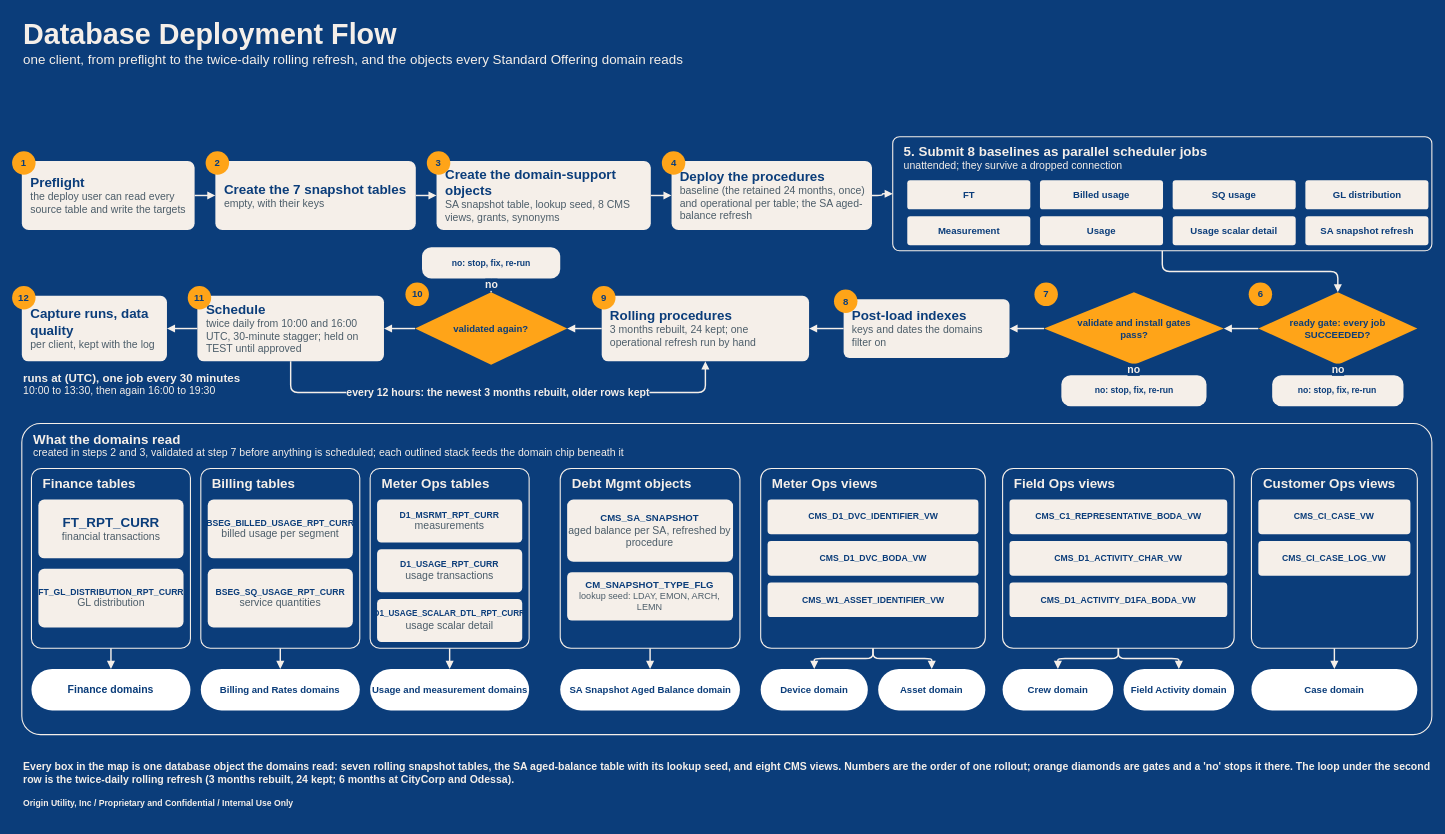
The draw.io diagram page "Database Deployment Flow" (2 of 2) of jaspersoft/docs/deployment_deck/visuals/deployment_flows.drawio in chasepowers59/OriginBA, before the edit. Source tidied: cells renumbered, new cells numbered last; positions are measured from the earlier drawing's top-left corner, leaving out a move shared by most shapes. Both pictures are drawn from the tidied source at 72%, with x=0, y=0 at pixel (12, 12).
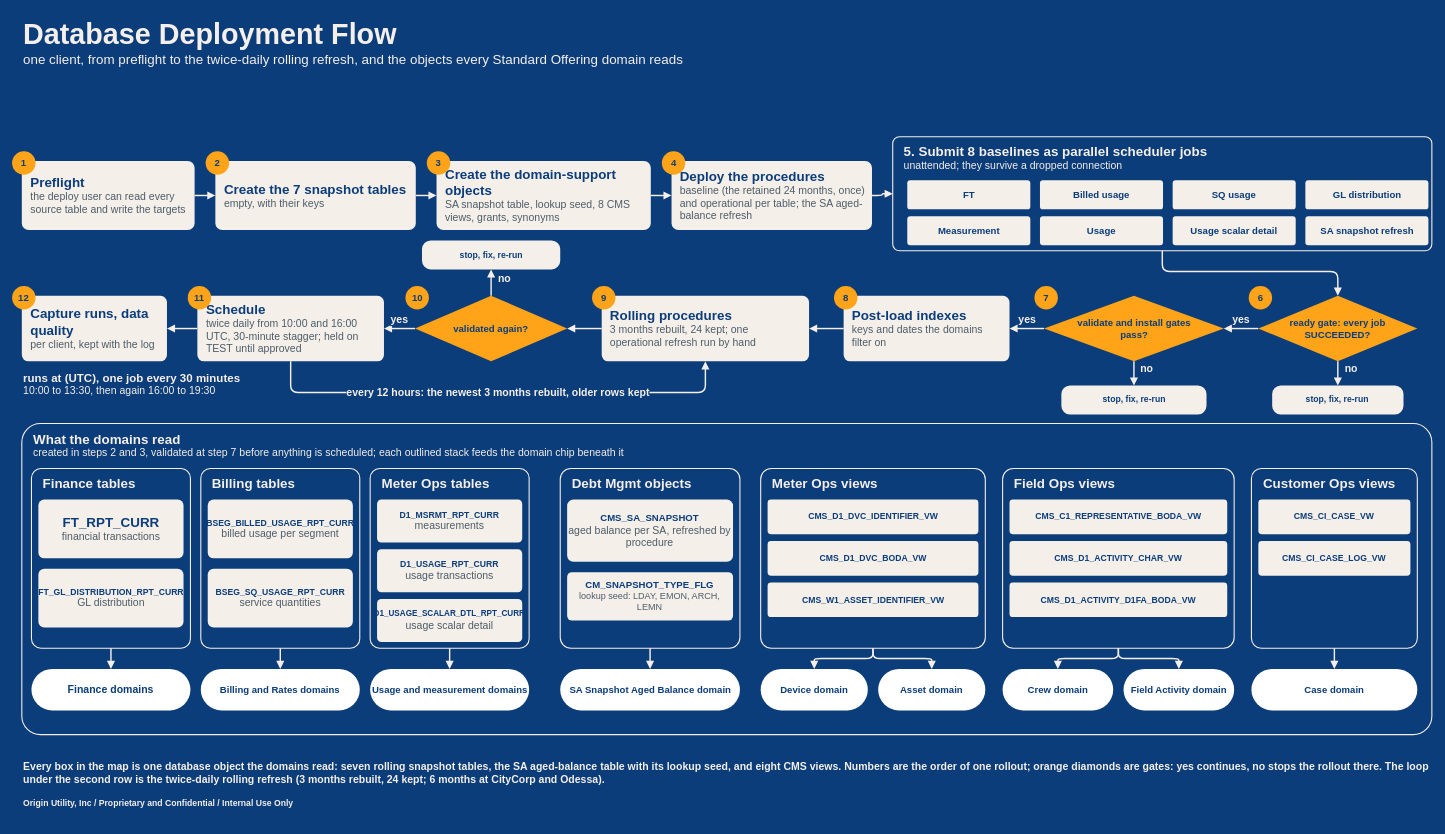
The same diagram, later.

Unchanged cells that the change refers to:
```xml
<mxCell id="40" value="&lt;b&gt;&lt;font style=&quot;font-size:18.6px&quot; color=&quot;#0B3D7A&quot;&gt;Schedule&lt;/font&gt;&lt;/b&gt;&lt;br&gt;&lt;font style=&quot;font-size:14.6px&quot; color=&quot;#4C5D69&quot;&gt;twice daily from 10:00 and 16:00 UTC, 30-minute stagger; held on TEST until approved&lt;/font&gt;" style="html=1;whiteSpace=wrap;fontFamily=Arial;rounded=1;arcSize=10;fillColor=#F5EFE9;strokeColor=none;align=left;verticalAlign=middle;spacingLeft=10;spacingRight=8;" parent="1" vertex="1">
  <mxGeometry x="257.6" y="393.2" width="259.2" height="91.2" as="geometry" />
</mxCell>
```

Diff of the diagram source:
```diff
@@
     <mxCell id="27" value="ready gate: every job SUCCEEDED?" style="html=1;whiteSpace=wrap;fontFamily=Arial;rhombus;fillColor=#FFA418;strokeColor=none;fontColor=#0B3D7A;fontStyle=1;fontSize=13.3;spacingLeft=35;spacingRight=35;" parent="1" vertex="1">
-      <mxGeometry x="1731.2" y="388.4" width="220.8" height="100.8" as="geometry" />
+      <mxGeometry x="1731.2" y="393.2" width="220.8" height="91.2" as="geometry" />
     </mxCell>
     <mxCell id="28" value="6" style="html=1;whiteSpace=wrap;fontFamily=Arial;ellipse;fillColor=#FFA418;strokeColor=none;fontColor=#0B3D7A;fontStyle=1;fontSize=13.3;spacing=0;" parent="1" vertex="1">
-      <mxGeometry x="1717.8" y="375" width="32.6" height="32.6" as="geometry" />
+      <mxGeometry x="1717.8" y="379.8" width="32.6" height="32.6" as="geometry" />
     </mxCell>
-    <mxCell id="29" value="no: stop, fix, re-run" style="html=1;whiteSpace=wrap;fontFamily=Arial;rounded=1;arcSize=30;fillColor=#F5EFE9;strokeColor=none;fontColor=#0B3D7A;fontStyle=1;fontSize=12;" parent="1" vertex="1">
-      <mxGeometry x="1750.4" y="503.6" width="182.4" height="43.2" as="geometry" />
+    <mxCell id="29" value="stop, fix, re-run" style="html=1;whiteSpace=wrap;fontFamily=Arial;rounded=1;arcSize=30;fillColor=#F5EFE9;strokeColor=none;fontColor=#0B3D7A;fontStyle=1;fontSize=12;" parent="1" vertex="1">
+      <mxGeometry x="1750.4" y="518" width="182.4" height="40.3" as="geometry" />
     </mxCell>
     <mxCell id="30" value="validate and install gates pass?" style="html=1;whiteSpace=wrap;fontFamily=Arial;rhombus;fillColor=#FFA418;strokeColor=none;fontColor=#0B3D7A;fontStyle=1;fontSize=13.3;spacingLeft=39;spacingRight=39;" parent="1" vertex="1">
-      <mxGeometry x="1433.6" y="388.4" width="249.6" height="100.8" as="geometry" />
+      <mxGeometry x="1433.6" y="393.2" width="249.6" height="91.2" as="geometry" />
     </mxCell>
     <mxCell id="31" value="7" style="html=1;whiteSpace=wrap;fontFamily=Arial;ellipse;fillColor=#FFA418;strokeColor=none;fontColor=#0B3D7A;fontStyle=1;fontSize=13.3;spacing=0;" parent="1" vertex="1">
-      <mxGeometry x="1420.2" y="375" width="32.6" height="32.6" as="geometry" />
+      <mxGeometry x="1420.2" y="379.8" width="32.6" height="32.6" as="geometry" />
     </mxCell>
-    <mxCell id="32" value="no: stop, fix, re-run" style="html=1;whiteSpace=wrap;fontFamily=Arial;rounded=1;arcSize=30;fillColor=#F5EFE9;strokeColor=none;fontColor=#0B3D7A;fontStyle=1;fontSize=12;" parent="1" vertex="1">
-      <mxGeometry x="1457.6" y="503.6" width="201.6" height="43.2" as="geometry" />
+    <mxCell id="32" value="stop, fix, re-run" style="html=1;whiteSpace=wrap;fontFamily=Arial;rounded=1;arcSize=30;fillColor=#F5EFE9;strokeColor=none;fontColor=#0B3D7A;fontStyle=1;fontSize=12;" parent="1" vertex="1">
+      <mxGeometry x="1457.6" y="518" width="201.6" height="40.3" as="geometry" />
     </mxCell>
     <mxCell id="33" value="&lt;b&gt;&lt;font style=&quot;font-size:18.6px&quot; color=&quot;#0B3D7A&quot;&gt;Post-load indexes&lt;/font&gt;&lt;/b&gt;&lt;br&gt;&lt;font style=&quot;font-size:14.6px&quot; color=&quot;#4C5D69&quot;&gt;keys and dates the domains filter on&lt;/font&gt;" style="html=1;whiteSpace=wrap;fontFamily=Arial;rounded=1;arcSize=10;fillColor=#F5EFE9;strokeColor=none;align=left;verticalAlign=middle;spacingLeft=10;spacingRight=8;" parent="1" vertex="1">
-      <mxGeometry x="1155.2" y="398" width="230.4" height="81.6" as="geometry" />
+      <mxGeometry x="1155.2" y="393.2" width="230.4" height="91.2" as="geometry" />
     </mxCell>
     <mxCell id="34" value="8" style="html=1;whiteSpace=wrap;fontFamily=Arial;ellipse;fillColor=#FFA418;strokeColor=none;fontColor=#0B3D7A;fontStyle=1;fontSize=13.3;spacing=0;" parent="1" vertex="1">
-      <mxGeometry x="1141.8" y="384.6" width="32.6" height="32.6" as="geometry" />
+      <mxGeometry x="1141.8" y="379.8" width="32.6" height="32.6" as="geometry" />
     </mxCell>
@@
     <mxCell id="37" value="validated again?" style="html=1;whiteSpace=wrap;fontFamily=Arial;rhombus;fillColor=#FFA418;strokeColor=none;fontColor=#0B3D7A;fontStyle=1;fontSize=13.3;spacingLeft=33;spacingRight=33;" parent="1" vertex="1">
-      <mxGeometry x="560" y="388.4" width="211.2" height="100.8" as="geometry" />
+      <mxGeometry x="560" y="393.2" width="211.2" height="91.2" as="geometry" />
     </mxCell>
     <mxCell id="38" value="10" style="html=1;whiteSpace=wrap;fontFamily=Arial;ellipse;fillColor=#FFA418;strokeColor=none;fontColor=#0B3D7A;fontStyle=1;fontSize=13.3;spacing=0;" parent="1" vertex="1">
-      <mxGeometry x="546.6" y="375" width="32.6" height="32.6" as="geometry" />
+      <mxGeometry x="546.6" y="379.8" width="32.6" height="32.6" as="geometry" />
     </mxCell>
-    <mxCell id="39" value="no: stop, fix, re-run" style="html=1;whiteSpace=wrap;fontFamily=Arial;rounded=1;arcSize=30;fillColor=#F5EFE9;strokeColor=none;fontColor=#0B3D7A;fontStyle=1;fontSize=12;" parent="1" vertex="1">
-      <mxGeometry x="569.6" y="326" width="192" height="43.2" as="geometry" />
+    <mxCell id="39" value="stop, fix, re-run" style="html=1;whiteSpace=wrap;fontFamily=Arial;rounded=1;arcSize=30;fillColor=#F5EFE9;strokeColor=none;fontColor=#0B3D7A;fontStyle=1;fontSize=12;" parent="1" vertex="1">
+      <mxGeometry x="569.6" y="316.4" width="192" height="40.3" as="geometry" />
     </mxCell>
@@
     <mxCell id="76" value="no" style="html=1;whiteSpace=nowrap;fontFamily=Arial;edgeStyle=orthogonalEdgeStyle;rounded=1;strokeColor=#F5EFE9;strokeWidth=2;endArrow=block;endFill=1;fontColor=#F5EFE9;fontSize=14.6;fontStyle=1;labelBackgroundColor=#0B3D7A;" parent="1" edge="1" source="27" target="29">
-      <mxGeometry relative="1" as="geometry" />
+      <mxGeometry relative="1" as="geometry">
+        <mxPoint x="18" y="-6" as="offset" />
+      </mxGeometry>
     </mxCell>
-    <mxCell id="77" style="html=1;whiteSpace=nowrap;fontFamily=Arial;edgeStyle=orthogonalEdgeStyle;rounded=1;strokeColor=#F5EFE9;strokeWidth=2;endArrow=block;endFill=1;fontColor=#F5EFE9;fontSize=14.6;fontStyle=1;labelBackgroundColor=#0B3D7A;" parent="1" edge="1" source="27" target="30">
-      <mxGeometry relative="1" as="geometry" />
+    <mxCell id="77" value="yes" style="html=1;whiteSpace=nowrap;fontFamily=Arial;edgeStyle=orthogonalEdgeStyle;rounded=1;strokeColor=#F5EFE9;strokeWidth=2;endArrow=block;endFill=1;fontColor=#F5EFE9;fontSize=14.6;fontStyle=1;labelBackgroundColor=#0B3D7A;" parent="1" edge="1" source="27" target="30">
+      <mxGeometry relative="1" as="geometry">
+        <mxPoint y="-12" as="offset" />
+      </mxGeometry>
     </mxCell>
     <mxCell id="78" value="no" style="html=1;whiteSpace=nowrap;fontFamily=Arial;edgeStyle=orthogonalEdgeStyle;rounded=1;strokeColor=#F5EFE9;strokeWidth=2;endArrow=block;endFill=1;fontColor=#F5EFE9;fontSize=14.6;fontStyle=1;labelBackgroundColor=#0B3D7A;" parent="1" edge="1" source="30" target="32">
-      <mxGeometry relative="1" as="geometry" />
+      <mxGeometry relative="1" as="geometry">
+        <mxPoint x="18" y="-6" as="offset" />
+      </mxGeometry>
     </mxCell>
-    <mxCell id="79" style="html=1;whiteSpace=nowrap;fontFamily=Arial;edgeStyle=orthogonalEdgeStyle;rounded=1;strokeColor=#F5EFE9;strokeWidth=2;endArrow=block;endFill=1;fontColor=#F5EFE9;fontSize=14.6;fontStyle=1;labelBackgroundColor=#0B3D7A;" parent="1" edge="1" source="30" target="33">
-      <mxGeometry relative="1" as="geometry" />
+    <mxCell id="79" value="yes" style="html=1;whiteSpace=nowrap;fontFamily=Arial;edgeStyle=orthogonalEdgeStyle;rounded=1;strokeColor=#F5EFE9;strokeWidth=2;endArrow=block;endFill=1;fontColor=#F5EFE9;fontSize=14.6;fontStyle=1;labelBackgroundColor=#0B3D7A;" parent="1" edge="1" source="30" target="33">
+      <mxGeometry relative="1" as="geometry">
+        <mxPoint y="-12" as="offset" />
+      </mxGeometry>
     </mxCell>
@@
     <mxCell id="82" value="no" style="html=1;whiteSpace=nowrap;fontFamily=Arial;edgeStyle=orthogonalEdgeStyle;rounded=1;strokeColor=#F5EFE9;strokeWidth=2;endArrow=block;endFill=1;fontColor=#F5EFE9;fontSize=14.6;fontStyle=1;labelBackgroundColor=#0B3D7A;" parent="1" edge="1" source="37" target="39">
-      <mxGeometry relative="1" as="geometry" />
+      <mxGeometry relative="1" as="geometry">
+        <mxPoint x="18" y="-6" as="offset" />
+      </mxGeometry>
     </mxCell>
-    <mxCell id="83" style="html=1;whiteSpace=nowrap;fontFamily=Arial;edgeStyle=orthogonalEdgeStyle;rounded=1;strokeColor=#F5EFE9;strokeWidth=2;endArrow=block;endFill=1;fontColor=#F5EFE9;fontSize=14.6;fontStyle=1;labelBackgroundColor=#0B3D7A;" parent="1" edge="1" source="37" target="40">
-      <mxGeometry relative="1" as="geometry" />
+    <mxCell id="83" value="yes" style="html=1;whiteSpace=nowrap;fontFamily=Arial;edgeStyle=orthogonalEdgeStyle;rounded=1;strokeColor=#F5EFE9;strokeWidth=2;endArrow=block;endFill=1;fontColor=#F5EFE9;fontSize=14.6;fontStyle=1;labelBackgroundColor=#0B3D7A;" parent="1" edge="1" source="37" target="40">
+      <mxGeometry relative="1" as="geometry">
+        <mxPoint y="-12" as="offset" />
+      </mxGeometry>
     </mxCell>
@@
-    <mxCell id="96" value="&lt;b&gt;&lt;font style=&quot;font-size:14.6px&quot; color=&quot;#F5EFE9&quot;&gt;Every box in the map is one database object the domains read: seven rolling snapshot tables, the SA aged-balance table with its lookup seed, and eight CMS views. Numbers are the order of one rollout; orange diamonds are gates and a 'no' stops it there. The loop under the second row is the twice-daily rolling refresh (3 months rebuilt, 24 kept; 6 months at CityCorp and Odessa).&lt;/font&gt;&lt;/b&gt;" style="html=1;whiteSpace=wrap;fontFamily=Arial;text;fillColor=none;strokeColor=none;align=left;verticalAlign=top;fontColor=#F5EFE9;" parent="1" vertex="1">
+    <mxCell id="96" value="&lt;b&gt;&lt;font style=&quot;font-size:14.6px&quot; color=&quot;#F5EFE9&quot;&gt;Every box in the map is one database object the domains read: seven rolling snapshot tables, the SA aged-balance table with its lookup seed, and eight CMS views. Numbers are the order of one rollout; orange diamonds are gates: yes continues, no stops the rollout there. The loop under the second row is the twice-daily rolling refresh (3 months rebuilt, 24 kept; 6 months at CityCorp and Odessa).&lt;/font&gt;&lt;/b&gt;" style="html=1;whiteSpace=wrap;fontFamily=Arial;text;fillColor=none;strokeColor=none;align=left;verticalAlign=top;fontColor=#F5EFE9;" parent="1" vertex="1">
       <mxGeometry x="13.8" y="1031.6" width="1958.4" height="57.6" as="geometry" />
     </mxCell>
```
